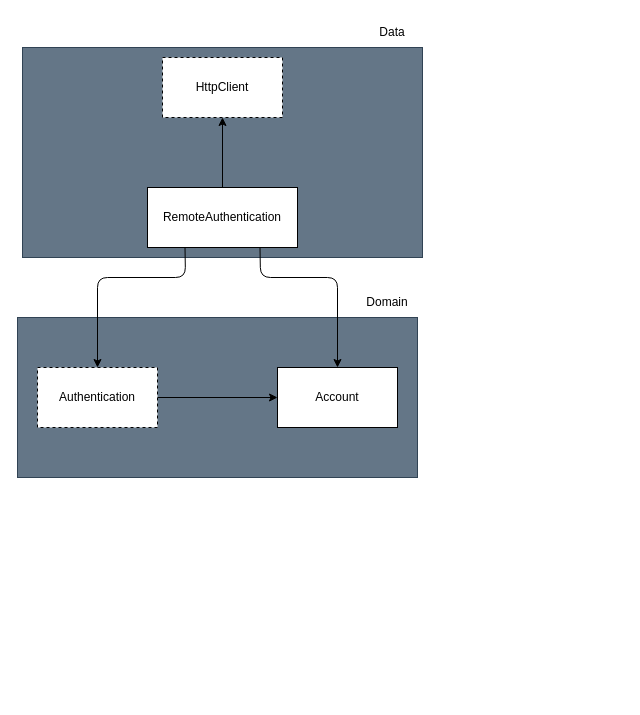
The draw.io diagram requirements/login/diagram.drawio in Arctic-Husky/curso_com_bloc, before the edit. Source tidied: cells renumbered, new cells numbered last; positions are measured from the earlier drawing's top-left corner, leaving out a move shared by most shapes. Both pictures are drawn from the tidied source at 100%, with x=0, y=0 at pixel (17, 17).
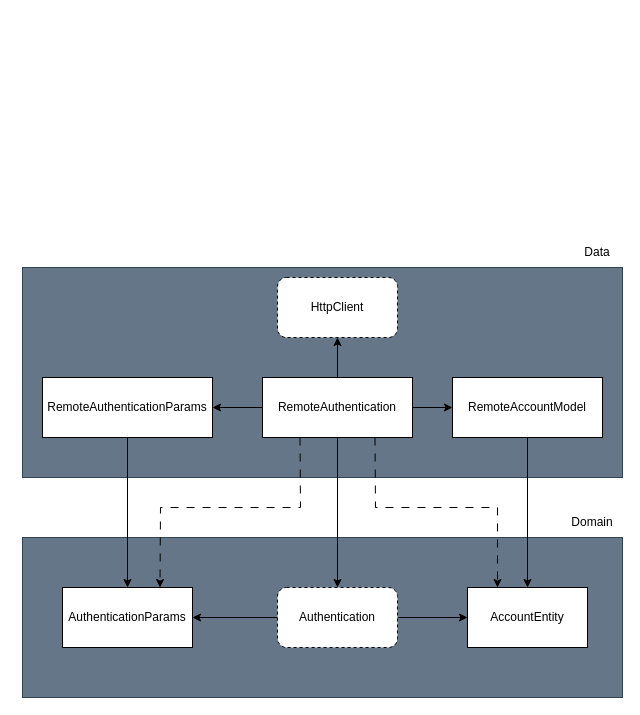
The same page after the edit.

Commit message:
Atualiza diagrama de dependências

Change to the diagram source:
```diff
@@
+    <mxCell id="3" style="rounded=0;whiteSpace=wrap;html=1;fillColor=light-dark(#647687,#33001A);fontColor=#ffffff;strokeColor=light-dark(#314354,#99004D);" parent="1" vertex="1">
+      <mxGeometry x="5" y="520" width="600" height="160" as="geometry" />
+    </mxCell>
-    <mxCell id="2" style="rounded=0;whiteSpace=wrap;html=1;fillColor=light-dark(#647687, #242c32);fontColor=#ffffff;strokeColor=#314354;" parent="1" vertex="1">
-      <mxGeometry x="5" y="30" width="400" height="210" as="geometry" />
+    <mxCell id="2" style="rounded=0;whiteSpace=wrap;html=1;fillColor=light-dark(#647687,#003300);fontColor=#ffffff;strokeColor=light-dark(#314354,#009900);" parent="1" vertex="1">
+      <mxGeometry x="5" y="250" width="600" height="210" as="geometry" />
     </mxCell>
-    <mxCell id="3" style="rounded=0;whiteSpace=wrap;html=1;fillColor=light-dark(#647687, #242c32);fontColor=#ffffff;strokeColor=#314354;" parent="1" vertex="1">
-      <mxGeometry y="300" width="400" height="160" as="geometry" />
-    </mxCell>
+    <mxCell id="6" style="edgeStyle=none;html=1;entryX=0.5;entryY=1;entryDx=0;entryDy=0;" parent="1" edge="1" source="7" target="8">
+      <mxGeometry relative="1" as="geometry" />
+    </mxCell>
+    <mxCell id="14" style="edgeStyle=none;html=1;entryX=1;entryY=0.5;entryDx=0;entryDy=0;" parent="1" edge="1" source="7" target="19">
+      <mxGeometry relative="1" as="geometry" />
+    </mxCell>
+    <mxCell id="15" style="edgeStyle=none;html=1;entryX=0;entryY=0.5;entryDx=0;entryDy=0;" parent="1" edge="1" source="7" target="21">
+      <mxGeometry relative="1" as="geometry" />
+    </mxCell>
-    <mxCell id="4" style="edgeStyle=none;html=1;entryX=0.5;entryY=0;entryDx=0;entryDy=0;exitX=0.25;exitY=1;exitDx=0;exitDy=0;" parent="1" edge="1" source="7" target="10">
-      <mxGeometry relative="1" as="geometry">
-        <Array as="points">
-          <mxPoint x="168" y="260" />
-          <mxPoint x="80" y="260" />
-        </Array>
-      </mxGeometry>
+    <mxCell id="4" style="edgeStyle=none;html=1;entryX=0.5;entryY=0;entryDx=0;entryDy=0;" parent="1" edge="1" source="7" target="10">
+      <mxGeometry relative="1" as="geometry" />
     </mxCell>
+    <mxCell id="16" style="edgeStyle=none;html=1;exitX=0.25;exitY=1;exitDx=0;exitDy=0;entryX=0.75;entryY=0;entryDx=0;entryDy=0;dashed=1;rounded=0;curved=0;dashPattern=8 8;" parent="1" edge="1" source="7" target="22">
+      <mxGeometry relative="1" as="geometry">
+        <Array as="points">
+          <mxPoint x="283" y="490" />
+          <mxPoint x="143" y="490" />
+        </Array>
+      </mxGeometry>
+    </mxCell>
-    <mxCell id="5" style="edgeStyle=none;html=1;entryX=0.5;entryY=0;entryDx=0;entryDy=0;exitX=0.75;exitY=1;exitDx=0;exitDy=0;" parent="1" edge="1" source="7" target="11">
+    <mxCell id="5" style="edgeStyle=none;html=1;exitX=0.75;exitY=1;exitDx=0;exitDy=0;entryX=0.25;entryY=0;entryDx=0;entryDy=0;dashed=1;rounded=0;curved=0;dashPattern=8 8;" parent="1" edge="1" source="7" target="11">
       <mxGeometry relative="1" as="geometry">
         <Array as="points">
-          <mxPoint x="243" y="260" />
-          <mxPoint x="320" y="260" />
+          <mxPoint x="358" y="490" />
+          <mxPoint x="480" y="490" />
         </Array>
       </mxGeometry>
     </mxCell>
-    <mxCell id="6" style="edgeStyle=none;html=1;entryX=0.5;entryY=1;entryDx=0;entryDy=0;" parent="1" edge="1" source="7" target="8">
-      <mxGeometry relative="1" as="geometry" />
-    </mxCell>
     <mxCell id="7" value="RemoteAuthentication" style="whiteSpace=wrap;html=1;" parent="1" vertex="1">
-      <mxGeometry x="130" y="170" width="150" height="60" as="geometry" />
+      <mxGeometry x="245" y="360" width="150" height="60" as="geometry" />
     </mxCell>
-    <mxCell id="8" value="HttpClient" style="whiteSpace=wrap;html=1;dashed=1;" parent="1" vertex="1">
-      <mxGeometry x="145" y="40" width="120" height="60" as="geometry" />
+    <mxCell id="8" value="HttpClient" style="whiteSpace=wrap;html=1;dashed=1;rounded=1;glass=0;shadow=0;" parent="1" vertex="1">
+      <mxGeometry x="260" y="260" width="120" height="60" as="geometry" />
     </mxCell>
@@
+    <mxCell id="17" style="edgeStyle=none;html=1;" parent="1" edge="1" source="10" target="22">
+      <mxGeometry relative="1" as="geometry" />
+    </mxCell>
-    <mxCell id="10" value="Authentication" style="whiteSpace=wrap;html=1;dashed=1;" parent="1" vertex="1">
-      <mxGeometry x="20" y="350" width="120" height="60" as="geometry" />
+    <mxCell id="10" value="Authentication" style="whiteSpace=wrap;html=1;dashed=1;rounded=1;" parent="1" vertex="1">
+      <mxGeometry x="260" y="570" width="120" height="60" as="geometry" />
     </mxCell>
-    <mxCell id="11" value="Account" style="whiteSpace=wrap;html=1;" parent="1" vertex="1">
-      <mxGeometry x="260" y="350" width="120" height="60" as="geometry" />
+    <mxCell id="11" value="AccountEntity" style="whiteSpace=wrap;html=1;" parent="1" vertex="1">
+      <mxGeometry x="450" y="570" width="120" height="60" as="geometry" />
     </mxCell>
     <mxCell id="12" value="Domain" style="text;html=1;align=center;verticalAlign=middle;whiteSpace=wrap;rounded=0;" parent="1" vertex="1">
-      <mxGeometry x="340" y="270" width="60" height="30" as="geometry" />
+      <mxGeometry x="545" y="490" width="60" height="30" as="geometry" />
     </mxCell>
     <mxCell id="13" value="Data" style="text;html=1;align=center;verticalAlign=middle;whiteSpace=wrap;rounded=0;" parent="1" vertex="1">
-      <mxGeometry x="345" width="60" height="30" as="geometry" />
+      <mxGeometry x="555" y="220" width="50" height="30" as="geometry" />
     </mxCell>
+    <mxCell id="18" style="edgeStyle=none;html=1;entryX=0.5;entryY=0;entryDx=0;entryDy=0;" parent="1" edge="1" source="19" target="22">
+      <mxGeometry relative="1" as="geometry" />
+    </mxCell>
+    <mxCell id="19" value="RemoteAuthenticationParams" style="whiteSpace=wrap;html=1;" parent="1" vertex="1">
+      <mxGeometry x="25" y="360" width="170" height="60" as="geometry" />
+    </mxCell>
+    <mxCell id="20" style="edgeStyle=none;html=1;entryX=0.5;entryY=0;entryDx=0;entryDy=0;" parent="1" edge="1" source="21" target="11">
+      <mxGeometry relative="1" as="geometry" />
+    </mxCell>
+    <mxCell id="21" value="RemoteAccountModel" style="whiteSpace=wrap;html=1;" parent="1" vertex="1">
+      <mxGeometry x="435" y="360" width="150" height="60" as="geometry" />
+    </mxCell>
+    <mxCell id="22" value="AuthenticationParams" style="whiteSpace=wrap;html=1;" parent="1" vertex="1">
+      <mxGeometry x="45" y="570" width="130" height="60" as="geometry" />
+    </mxCell>
```
